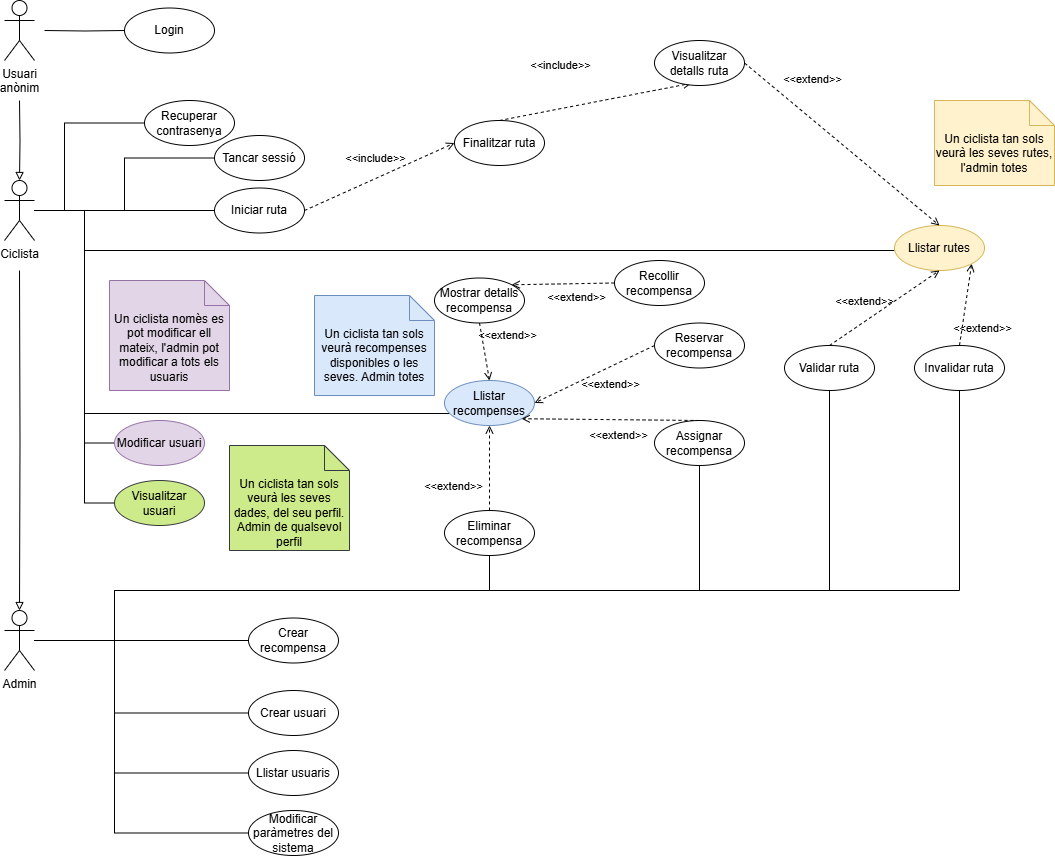
Before: Documentacio/images/diagrama_casos_us.png, a diagram exported from draw.io (ReyesAmador/Entrebicis). Source tidied: cells renumbered, new cells last; positions are measured from the earlier drawing's top-left corner, leaving out a move shared by most shapes. The source it was exported from:
```xml
<mxGraphModel>
  <root>
    <mxCell id="0" />
    <mxCell id="1" parent="0" />
    <mxCell id="2" style="edgeStyle=orthogonalEdgeStyle;rounded=0;jettySize=auto;html=1;entryX=0;entryY=0.5;entryDx=0;entryDy=0;endArrow=none;startFill=0;" parent="1" edge="1" target="8">
      <mxGeometry relative="1" as="geometry">
        <mxPoint x="40" y="30" as="sourcePoint" />
      </mxGeometry>
    </mxCell>
    <mxCell id="3" value="Usuari&lt;div&gt;anònim&lt;/div&gt;" style="shape=umlActor;verticalLabelPosition=bottom;verticalAlign=top;html=1;" parent="1" vertex="1">
      <mxGeometry width="30" height="60" as="geometry" />
    </mxCell>
    <mxCell id="4" value="Ciclista" style="shape=umlActor;verticalLabelPosition=bottom;verticalAlign=top;html=1;" parent="1" vertex="1">
      <mxGeometry y="180" width="30" height="60" as="geometry" />
    </mxCell>
    <mxCell id="5" value="Admin" style="shape=umlActor;verticalLabelPosition=bottom;verticalAlign=top;html=1;" parent="1" vertex="1">
      <mxGeometry y="610" width="30" height="60" as="geometry" />
    </mxCell>
    <mxCell id="6" style="edgeStyle=orthogonalEdgeStyle;rounded=0;jettySize=auto;html=1;entryX=0.5;entryY=0;entryDx=0;entryDy=0;entryPerimeter=0;endArrow=block;endFill=0;" parent="1" edge="1" target="4">
      <mxGeometry relative="1" as="geometry">
        <mxPoint x="15" y="100" as="sourcePoint" />
      </mxGeometry>
    </mxCell>
    <mxCell id="7" style="edgeStyle=orthogonalEdgeStyle;rounded=0;jettySize=auto;html=1;entryX=0.5;entryY=0;entryDx=0;entryDy=0;entryPerimeter=0;endArrow=block;endFill=0;" parent="1" edge="1" target="5">
      <mxGeometry relative="1" as="geometry">
        <mxPoint x="15" y="270" as="sourcePoint" />
      </mxGeometry>
    </mxCell>
    <mxCell id="8" value="Login" style="ellipse;whiteSpace=wrap;html=1;" parent="1" vertex="1">
      <mxGeometry x="120" y="7.5" width="90" height="45" as="geometry" />
    </mxCell>
    <mxCell id="9" style="edgeStyle=orthogonalEdgeStyle;rounded=0;jettySize=auto;html=1;exitX=0;exitY=0.5;exitDx=0;exitDy=0;endArrow=none;startFill=0;" parent="1" edge="1" source="10" target="4">
      <mxGeometry relative="1" as="geometry">
        <Array as="points">
          <mxPoint x="60" y="123" />
          <mxPoint x="60" y="210" />
        </Array>
      </mxGeometry>
    </mxCell>
    <mxCell id="10" value="Recuperar&lt;div&gt;contrasenya&lt;/div&gt;" style="ellipse;whiteSpace=wrap;html=1;" parent="1" vertex="1">
      <mxGeometry x="140" y="100" width="90" height="45" as="geometry" />
    </mxCell>
    <mxCell id="11" style="edgeStyle=orthogonalEdgeStyle;rounded=0;jettySize=auto;html=1;exitX=0;exitY=0.5;exitDx=0;exitDy=0;endArrow=none;startFill=0;" parent="1" edge="1" source="12" target="4">
      <mxGeometry relative="1" as="geometry" />
    </mxCell>
    <mxCell id="12" value="Tancar sessió" style="ellipse;whiteSpace=wrap;html=1;" parent="1" vertex="1">
      <mxGeometry x="210" y="135" width="90" height="45" as="geometry" />
    </mxCell>
    <mxCell id="13" value="&amp;lt;&amp;lt;include&amp;gt;&amp;gt;" style="html=1;verticalAlign=bottom;labelBackgroundColor=none;endArrow=open;endFill=0;dashed=1;rounded=0;exitX=1;exitY=0.5;exitDx=0;exitDy=0;entryX=0;entryY=0.5;entryDx=0;entryDy=0;" parent="1" edge="1" source="15" target="16">
      <mxGeometry y="10" relative="1" as="geometry" />
    </mxCell>
    <mxCell id="14" style="edgeStyle=orthogonalEdgeStyle;rounded=0;jettySize=auto;html=1;exitX=0;exitY=0.5;exitDx=0;exitDy=0;endArrow=none;startFill=0;" parent="1" edge="1" source="15" target="4">
      <mxGeometry relative="1" as="geometry" />
    </mxCell>
    <mxCell id="15" value="Iniciar ruta" style="ellipse;whiteSpace=wrap;html=1;" parent="1" vertex="1">
      <mxGeometry x="210" y="187.5" width="90" height="45" as="geometry" />
    </mxCell>
    <mxCell id="16" value="Finalitzar ruta" style="ellipse;whiteSpace=wrap;html=1;" parent="1" vertex="1">
      <mxGeometry x="450" y="120" width="90" height="45" as="geometry" />
    </mxCell>
    <mxCell id="17" style="edgeStyle=orthogonalEdgeStyle;rounded=0;jettySize=auto;html=1;exitX=0;exitY=0.5;exitDx=0;exitDy=0;endArrow=none;startFill=0;" parent="1" edge="1" source="18" target="4">
      <mxGeometry relative="1" as="geometry">
        <Array as="points">
          <mxPoint x="890" y="250" />
          <mxPoint x="80" y="250" />
          <mxPoint x="80" y="210" />
        </Array>
      </mxGeometry>
    </mxCell>
    <mxCell id="18" value="Llistar rutes" style="ellipse;whiteSpace=wrap;html=1;fillColor=#fff2cc;strokeColor=#d6b656;" parent="1" vertex="1">
      <mxGeometry x="890" y="225" width="90" height="45" as="geometry" />
    </mxCell>
    <mxCell id="19" value="&amp;lt;&amp;lt;extend&amp;gt;&amp;gt;" style="html=1;verticalAlign=bottom;labelBackgroundColor=none;endArrow=open;endFill=0;dashed=1;rounded=0;entryX=0.5;entryY=0;entryDx=0;entryDy=0;exitX=1;exitY=0.5;exitDx=0;exitDy=0;" parent="1" edge="1" source="34" target="18">
      <mxGeometry x="-0.46" y="24" relative="1" as="geometry" />
    </mxCell>
    <mxCell id="20" style="edgeStyle=orthogonalEdgeStyle;rounded=0;jettySize=auto;html=1;endArrow=none;startFill=0;" parent="1" edge="1" source="21" target="5">
      <mxGeometry relative="1" as="geometry">
        <Array as="points">
          <mxPoint x="955" y="590" />
          <mxPoint x="110" y="590" />
          <mxPoint x="110" y="640" />
        </Array>
      </mxGeometry>
    </mxCell>
    <mxCell id="21" value="Invalidar ruta" style="ellipse;whiteSpace=wrap;html=1;" parent="1" vertex="1">
      <mxGeometry x="910" y="345" width="90" height="45" as="geometry" />
    </mxCell>
    <mxCell id="22" style="edgeStyle=orthogonalEdgeStyle;rounded=0;jettySize=auto;html=1;endArrow=none;startFill=0;" parent="1" edge="1" source="23" target="5">
      <mxGeometry relative="1" as="geometry">
        <Array as="points">
          <mxPoint x="825" y="590" />
          <mxPoint x="110" y="590" />
          <mxPoint x="110" y="640" />
        </Array>
      </mxGeometry>
    </mxCell>
    <mxCell id="23" value="Validar ruta" style="ellipse;whiteSpace=wrap;html=1;" parent="1" vertex="1">
      <mxGeometry x="780" y="345" width="90" height="45" as="geometry" />
    </mxCell>
    <mxCell id="24" value="&amp;lt;&amp;lt;extend&amp;gt;&amp;gt;" style="html=1;verticalAlign=bottom;labelBackgroundColor=none;endArrow=open;endFill=0;dashed=1;rounded=0;entryX=0.5;entryY=1;entryDx=0;entryDy=0;exitX=0.5;exitY=0;exitDx=0;exitDy=0;" parent="1" edge="1" source="23" target="18">
      <mxGeometry x="-0.27" y="9" relative="1" as="geometry" />
    </mxCell>
    <mxCell id="25" value="&amp;lt;&amp;lt;extend&amp;gt;&amp;gt;" style="html=1;verticalAlign=bottom;labelBackgroundColor=none;endArrow=open;endFill=0;dashed=1;rounded=0;entryX=1;entryY=1;entryDx=0;entryDy=0;exitX=0.5;exitY=0;exitDx=0;exitDy=0;" parent="1" edge="1" source="21" target="18">
      <mxGeometry x="-0.74" y="-22" relative="1" as="geometry" />
    </mxCell>
    <mxCell id="26" value="Crear recompensa" style="ellipse;whiteSpace=wrap;html=1;" parent="1" vertex="1">
      <mxGeometry x="244" y="617.5" width="90" height="45" as="geometry" />
    </mxCell>
    <mxCell id="27" style="edgeStyle=orthogonalEdgeStyle;rounded=0;jettySize=auto;html=1;endArrow=none;startFill=0;" parent="1" edge="1" source="28" target="5">
      <mxGeometry relative="1" as="geometry">
        <Array as="points">
          <mxPoint x="485" y="590" />
          <mxPoint x="110" y="590" />
          <mxPoint x="110" y="640" />
        </Array>
      </mxGeometry>
    </mxCell>
    <mxCell id="28" value="Eliminar recompensa" style="ellipse;whiteSpace=wrap;html=1;" parent="1" vertex="1">
      <mxGeometry x="440" y="510" width="90" height="45" as="geometry" />
    </mxCell>
    <mxCell id="29" style="edgeStyle=orthogonalEdgeStyle;rounded=0;jettySize=auto;html=1;endArrow=none;startFill=0;" parent="1" edge="1" source="26" target="5">
      <mxGeometry relative="1" as="geometry" />
    </mxCell>
    <mxCell id="30" style="edgeStyle=orthogonalEdgeStyle;rounded=0;jettySize=auto;html=1;endArrow=none;startFill=0;" parent="1" edge="1" source="31" target="4">
      <mxGeometry relative="1" as="geometry">
        <Array as="points">
          <mxPoint x="80" y="413" />
          <mxPoint x="80" y="210" />
        </Array>
      </mxGeometry>
    </mxCell>
    <mxCell id="31" value="Llistar recompenses" style="ellipse;whiteSpace=wrap;html=1;fillColor=#dae8fc;strokeColor=#6c8ebf;" parent="1" vertex="1">
      <mxGeometry x="440" y="380" width="90" height="45" as="geometry" />
    </mxCell>
    <mxCell id="32" value="Un ciclista tan sols veurà les seves rutes, l'admin totes" style="shape=note2;boundedLbl=1;whiteSpace=wrap;html=1;size=25;verticalAlign=top;align=center;fillColor=#fff2cc;strokeColor=#d6b656;" parent="1" vertex="1">
      <mxGeometry x="930" y="100" width="120" height="85" as="geometry" />
    </mxCell>
    <mxCell id="33" value="&amp;lt;&amp;lt;include&amp;gt;&amp;gt;" style="html=1;verticalAlign=bottom;labelBackgroundColor=none;endArrow=open;endFill=0;dashed=1;rounded=0;exitX=0.5;exitY=0;exitDx=0;exitDy=0;entryX=0.409;entryY=0.951;entryDx=0;entryDy=0;entryPerimeter=0;" parent="1" edge="1" source="16" target="34">
      <mxGeometry x="-0.29" y="35" relative="1" as="geometry">
        <mxPoint y="1" as="offset" />
      </mxGeometry>
    </mxCell>
    <mxCell id="34" value="Visualitzar detalls ruta" style="ellipse;whiteSpace=wrap;html=1;" parent="1" vertex="1">
      <mxGeometry x="650" y="40" width="90" height="45" as="geometry" />
    </mxCell>
    <mxCell id="35" value="&amp;lt;&amp;lt;extend&amp;gt;&amp;gt;" style="html=1;verticalAlign=bottom;labelBackgroundColor=none;endArrow=open;endFill=0;dashed=1;rounded=0;entryX=0.5;entryY=1;entryDx=0;entryDy=0;exitX=0.5;exitY=0;exitDx=0;exitDy=0;" parent="1" edge="1" source="28" target="31">
      <mxGeometry x="-0.66" y="36" relative="1" as="geometry" />
    </mxCell>
    <mxCell id="36" value="Reservar recompensa" style="ellipse;whiteSpace=wrap;html=1;" parent="1" vertex="1">
      <mxGeometry x="650" y="322.5" width="90" height="45" as="geometry" />
    </mxCell>
    <mxCell id="37" value="&amp;lt;&amp;lt;extend&amp;gt;&amp;gt;" style="html=1;verticalAlign=bottom;labelBackgroundColor=none;endArrow=open;endFill=0;dashed=1;rounded=0;entryX=1;entryY=0.5;entryDx=0;entryDy=0;exitX=0;exitY=0.5;exitDx=0;exitDy=0;" parent="1" edge="1" source="36" target="31">
      <mxGeometry x="-0.1" y="25" relative="1" as="geometry">
        <mxPoint x="-1" as="offset" />
      </mxGeometry>
    </mxCell>
    <mxCell id="38" value="Un ciclista tan sols veurà recompenses disponibles o les seves. Admin totes" style="shape=note2;boundedLbl=1;whiteSpace=wrap;html=1;size=25;verticalAlign=top;align=center;fillColor=#dae8fc;strokeColor=#6c8ebf;" parent="1" vertex="1">
      <mxGeometry x="310" y="295" width="120" height="100" as="geometry" />
    </mxCell>
    <mxCell id="39" style="edgeStyle=orthogonalEdgeStyle;rounded=0;jettySize=auto;html=1;endArrow=none;startFill=0;" parent="1" edge="1" source="40" target="5">
      <mxGeometry relative="1" as="geometry">
        <Array as="points">
          <mxPoint x="695" y="590" />
          <mxPoint x="110" y="590" />
          <mxPoint x="110" y="640" />
        </Array>
      </mxGeometry>
    </mxCell>
    <mxCell id="40" value="Assignar recompensa" style="ellipse;whiteSpace=wrap;html=1;" parent="1" vertex="1">
      <mxGeometry x="650" y="420" width="90" height="45" as="geometry" />
    </mxCell>
    <mxCell id="41" value="&amp;lt;&amp;lt;extend&amp;gt;&amp;gt;" style="html=1;verticalAlign=bottom;labelBackgroundColor=none;endArrow=open;endFill=0;dashed=1;rounded=0;entryX=1;entryY=1;entryDx=0;entryDy=0;exitX=0.5;exitY=0;exitDx=0;exitDy=0;" parent="1" edge="1" source="40" target="31">
      <mxGeometry x="-0.1" y="25" relative="1" as="geometry">
        <mxPoint x="-1" as="offset" />
      </mxGeometry>
    </mxCell>
    <mxCell id="42" value="Mostrar detalls recompensa" style="ellipse;whiteSpace=wrap;html=1;" parent="1" vertex="1">
      <mxGeometry x="430" y="277.5" width="90" height="45" as="geometry" />
    </mxCell>
    <mxCell id="43" value="&amp;lt;&amp;lt;extend&amp;gt;&amp;gt;" style="html=1;verticalAlign=bottom;labelBackgroundColor=none;endArrow=open;endFill=0;dashed=1;rounded=0;entryX=0.5;entryY=0;entryDx=0;entryDy=0;exitX=0.5;exitY=1;exitDx=0;exitDy=0;" parent="1" edge="1" source="42" target="31">
      <mxGeometry x="-0.1" y="25" relative="1" as="geometry">
        <mxPoint x="-1" as="offset" />
      </mxGeometry>
    </mxCell>
    <mxCell id="44" value="Recollir recompensa" style="ellipse;whiteSpace=wrap;html=1;" parent="1" vertex="1">
      <mxGeometry x="610" y="260" width="90" height="45" as="geometry" />
    </mxCell>
    <mxCell id="45" value="&amp;lt;&amp;lt;extend&amp;gt;&amp;gt;" style="html=1;verticalAlign=bottom;labelBackgroundColor=none;endArrow=open;endFill=0;dashed=1;rounded=0;entryX=1;entryY=0;entryDx=0;entryDy=0;exitX=0;exitY=0.5;exitDx=0;exitDy=0;" parent="1" edge="1" source="44" target="42">
      <mxGeometry x="-0.26" y="23" relative="1" as="geometry" />
    </mxCell>
    <mxCell id="46" style="edgeStyle=orthogonalEdgeStyle;rounded=0;jettySize=auto;html=1;endArrow=none;startFill=0;" parent="1" edge="1" source="47" target="5">
      <mxGeometry relative="1" as="geometry">
        <Array as="points">
          <mxPoint x="110" y="713" />
          <mxPoint x="110" y="640" />
        </Array>
      </mxGeometry>
    </mxCell>
    <mxCell id="47" value="Crear usuari" style="ellipse;whiteSpace=wrap;html=1;" parent="1" vertex="1">
      <mxGeometry x="244" y="690" width="90" height="45" as="geometry" />
    </mxCell>
    <mxCell id="48" style="edgeStyle=orthogonalEdgeStyle;rounded=0;jettySize=auto;html=1;endArrow=none;startFill=0;" parent="1" edge="1" source="49" target="4">
      <mxGeometry relative="1" as="geometry">
        <Array as="points">
          <mxPoint x="80" y="210" />
        </Array>
      </mxGeometry>
    </mxCell>
    <mxCell id="49" value="Modificar usuari" style="ellipse;whiteSpace=wrap;html=1;fillColor=#e1d5e7;strokeColor=#9673a6;" parent="1" vertex="1">
      <mxGeometry x="110" y="420" width="90" height="45" as="geometry" />
    </mxCell>
    <mxCell id="50" value="Un ciclista nomès es pot modificar ell mateix, l'admin pot modificar a tots els usuaris" style="shape=note2;boundedLbl=1;whiteSpace=wrap;html=1;size=25;verticalAlign=top;align=center;fillColor=#e1d5e7;strokeColor=#9673a6;" parent="1" vertex="1">
      <mxGeometry x="105" y="280" width="120" height="110" as="geometry" />
    </mxCell>
    <mxCell id="51" style="edgeStyle=orthogonalEdgeStyle;rounded=0;jettySize=auto;html=1;endArrow=none;startFill=0;" parent="1" edge="1" source="52" target="5">
      <mxGeometry relative="1" as="geometry">
        <Array as="points">
          <mxPoint x="110" y="773" />
          <mxPoint x="110" y="640" />
        </Array>
      </mxGeometry>
    </mxCell>
    <mxCell id="52" value="Llistar usuaris" style="ellipse;whiteSpace=wrap;html=1;" parent="1" vertex="1">
      <mxGeometry x="244" y="750" width="90" height="45" as="geometry" />
    </mxCell>
    <mxCell id="53" style="edgeStyle=orthogonalEdgeStyle;rounded=0;jettySize=auto;html=1;endArrow=none;startFill=0;" parent="1" edge="1" source="54" target="4">
      <mxGeometry relative="1" as="geometry">
        <Array as="points">
          <mxPoint x="80" y="503" />
          <mxPoint x="80" y="210" />
        </Array>
      </mxGeometry>
    </mxCell>
    <mxCell id="54" value="Visualitzar usuari" style="ellipse;whiteSpace=wrap;html=1;fillColor=#cdeb8b;strokeColor=#36393d;" parent="1" vertex="1">
      <mxGeometry x="110" y="480" width="90" height="45" as="geometry" />
    </mxCell>
    <mxCell id="55" value="Un ciclista tan sols veurà les seves dades, del seu perfil. Admin de qualsevol perfil" style="shape=note2;boundedLbl=1;whiteSpace=wrap;html=1;size=25;verticalAlign=top;align=center;fillColor=#cdeb8b;strokeColor=#36393d;" parent="1" vertex="1">
      <mxGeometry x="225" y="445" width="120" height="105" as="geometry" />
    </mxCell>
    <mxCell id="56" style="edgeStyle=orthogonalEdgeStyle;rounded=0;jettySize=auto;html=1;endArrow=none;startFill=0;" parent="1" edge="1" source="57" target="5">
      <mxGeometry relative="1" as="geometry">
        <Array as="points">
          <mxPoint x="110" y="833" />
          <mxPoint x="110" y="640" />
        </Array>
      </mxGeometry>
    </mxCell>
    <mxCell id="57" value="Modificar paràmetres del sistema" style="ellipse;whiteSpace=wrap;html=1;" parent="1" vertex="1">
      <mxGeometry x="244" y="810" width="90" height="45" as="geometry" />
    </mxCell>
  </root>
</mxGraphModel>
```
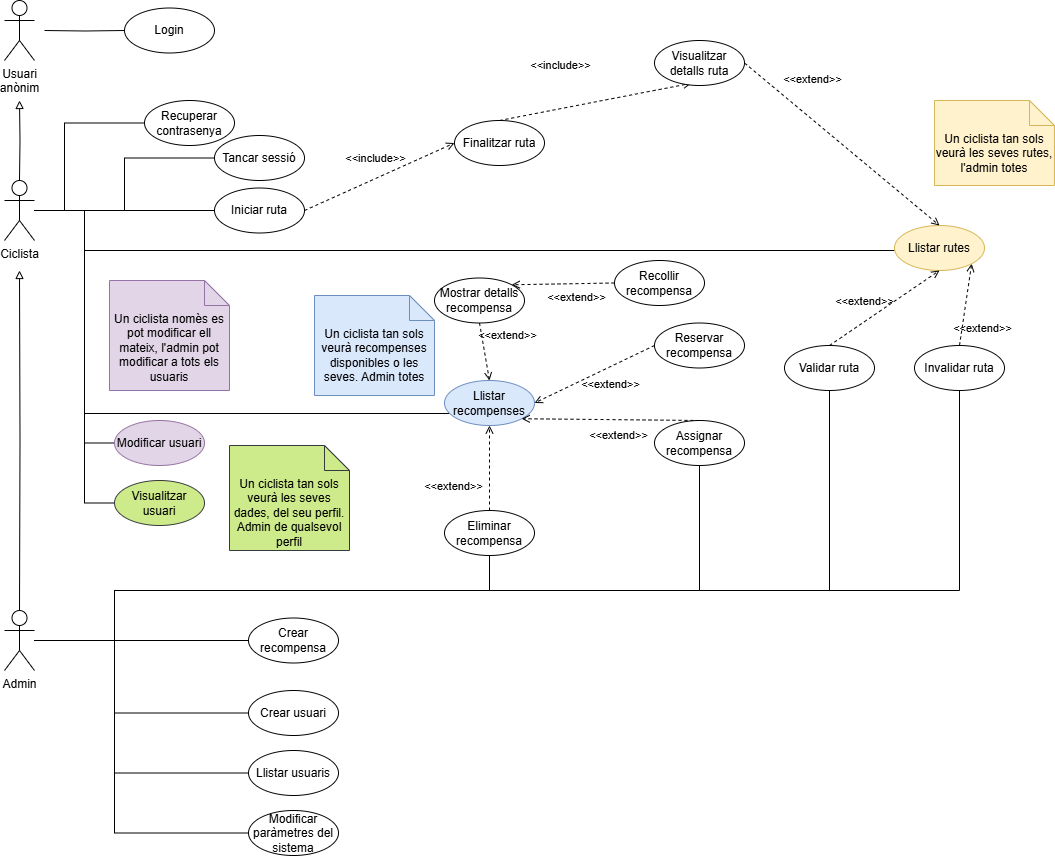
After the commit.

Commit message:
cambio imagen diagrama y añadido actor sistema

Diff of the diagram source:
```diff
@@ -16,12 +16,12 @@
     <mxCell id="5" value="Admin" style="shape=umlActor;verticalLabelPosition=bottom;verticalAlign=top;html=1;" parent="1" vertex="1">
       <mxGeometry y="610" width="30" height="60" as="geometry" />
     </mxCell>
-    <mxCell id="6" style="edgeStyle=orthogonalEdgeStyle;rounded=0;jettySize=auto;html=1;entryX=0.5;entryY=0;entryDx=0;entryDy=0;entryPerimeter=0;endArrow=block;endFill=0;" parent="1" edge="1" target="4">
+    <mxCell id="6" style="edgeStyle=orthogonalEdgeStyle;rounded=0;jettySize=auto;html=1;entryX=0.5;entryY=0;entryDx=0;entryDy=0;entryPerimeter=0;endArrow=none;endFill=0;startArrow=block;startFill=0;" parent="1" edge="1" target="4">
       <mxGeometry relative="1" as="geometry">
         <mxPoint x="15" y="100" as="sourcePoint" />
       </mxGeometry>
     </mxCell>
-    <mxCell id="7" style="edgeStyle=orthogonalEdgeStyle;rounded=0;jettySize=auto;html=1;entryX=0.5;entryY=0;entryDx=0;entryDy=0;entryPerimeter=0;endArrow=block;endFill=0;" parent="1" edge="1" target="5">
+    <mxCell id="7" style="edgeStyle=orthogonalEdgeStyle;rounded=0;jettySize=auto;html=1;entryX=0.5;entryY=0;entryDx=0;entryDy=0;entryPerimeter=0;endArrow=none;endFill=0;startArrow=block;startFill=0;" parent="1" edge="1" target="5">
       <mxGeometry relative="1" as="geometry">
         <mxPoint x="15" y="270" as="sourcePoint" />
       </mxGeometry>
```
